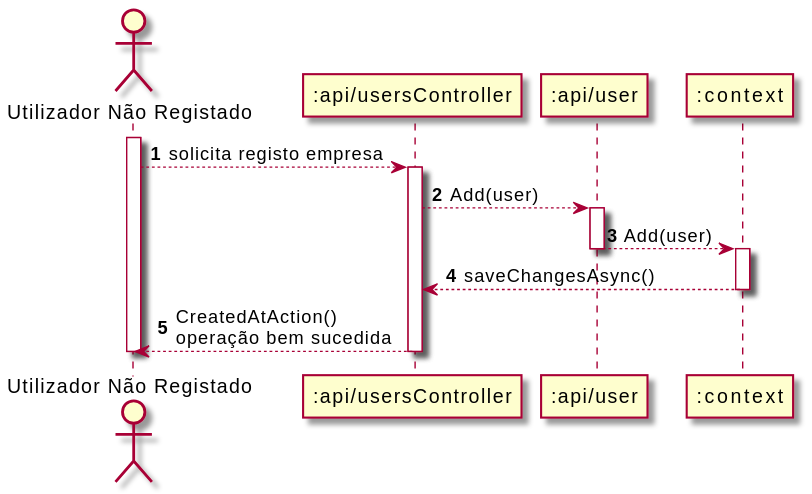
Earlier version of the PlantUML export Documentos/Sprint2/UC1/UC1_SD.svg (UPskillDOTNET/Jakim-das-Coives-S.A.).
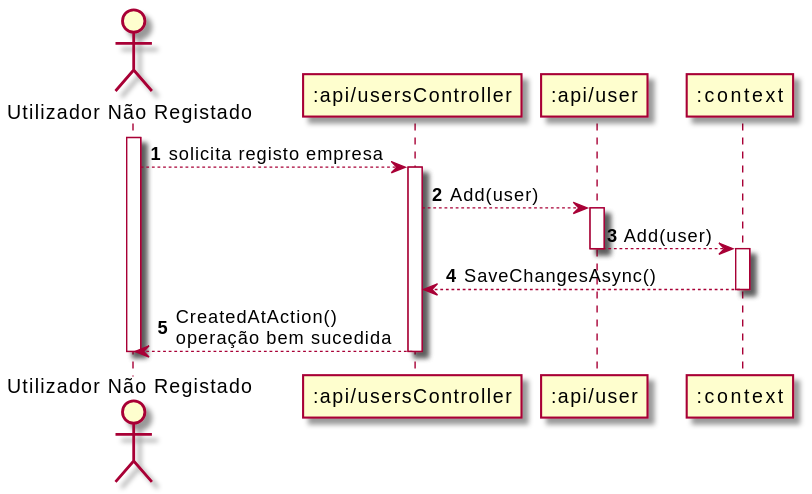
The same diagram one commit later.

What changed in the source:
```diff
@@ -18,7 +18,7 @@
 activate C
 
 
-C --> UC : saveChangesAsync()
+C --> UC : SaveChangesAsync()
 deactivate C
 
 UC --> UNR: CreatedAtAction()\noperação bem sucedida
```
